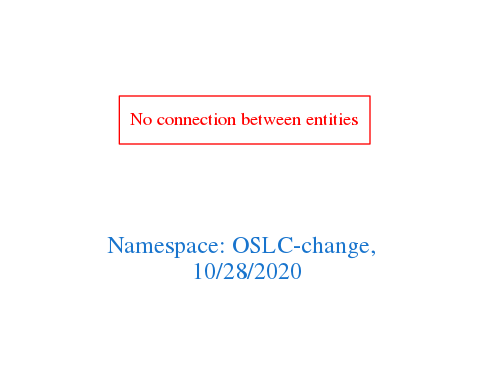
Earlier version of the Graphviz export downloads/OSLC-change.png (arago/OGIT). Its source is kept beside it as downloads/OSLC-change.dot.
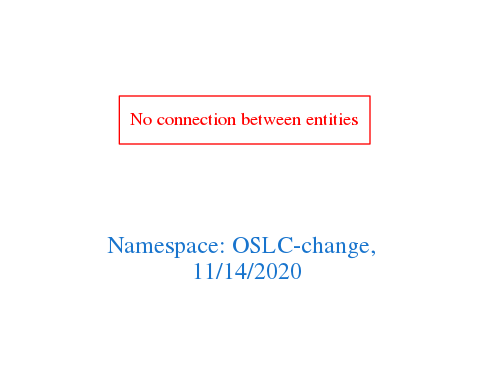
After the change.

The edit, as a diff of the source:
```diff
@@ -1,7 +1,7 @@
 digraph OGIT_ontology {
  graph [ rankdir= LR,pad=1
 fontsize = 18,
-fontcolor= dodgerblue3,label = "\n\n\nNamespace: OSLC-change, \n 10/28/2020"];
+fontcolor= dodgerblue3,label = "\n\n\nNamespace: OSLC-change, \n 11/14/2020"];
 node[shape=polygon];
 edge [  color="gray81"];
 
```
